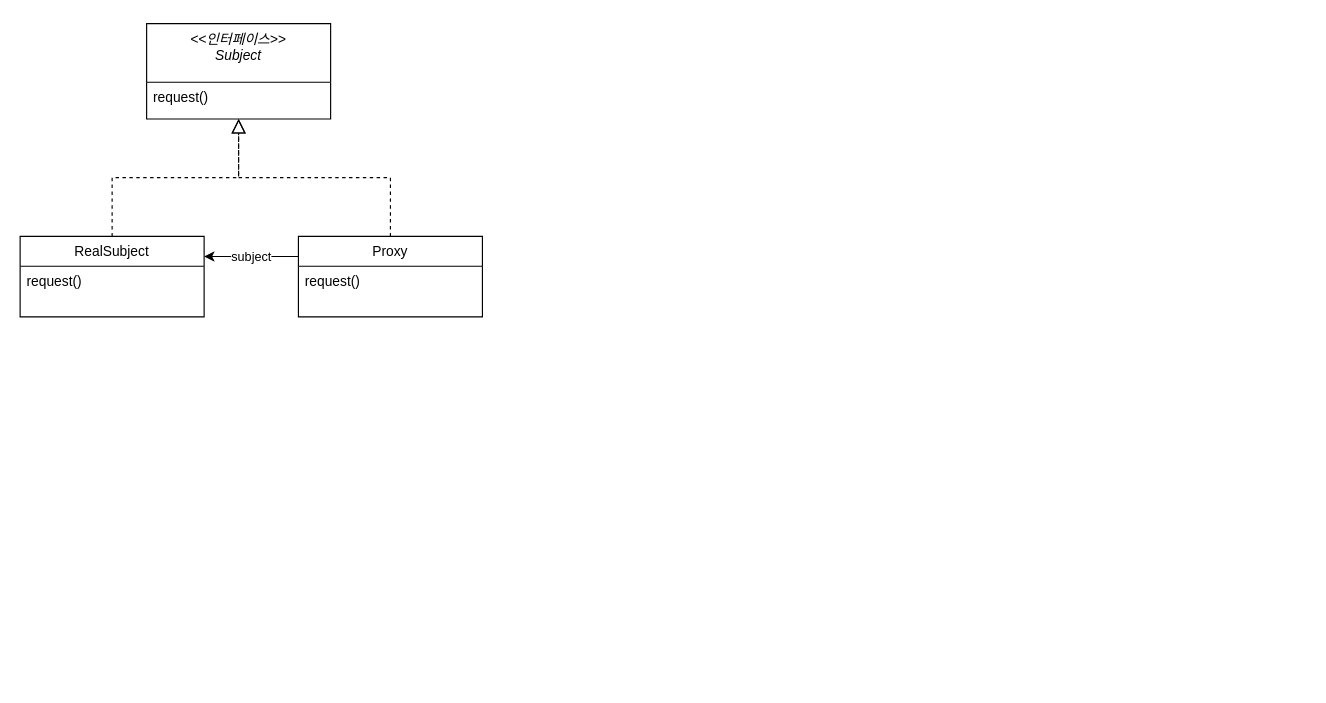
Before: proxy-pattern-diagram.drawio in je-pa/draw, a draw.io diagram. Source tidied: cells renumbered, new cells numbered last; positions are measured from the earlier drawing's top-left corner, leaving out a move shared by most shapes. Both pictures are drawn from the tidied source at 115%, with x=0, y=0 at pixel (20, 23).
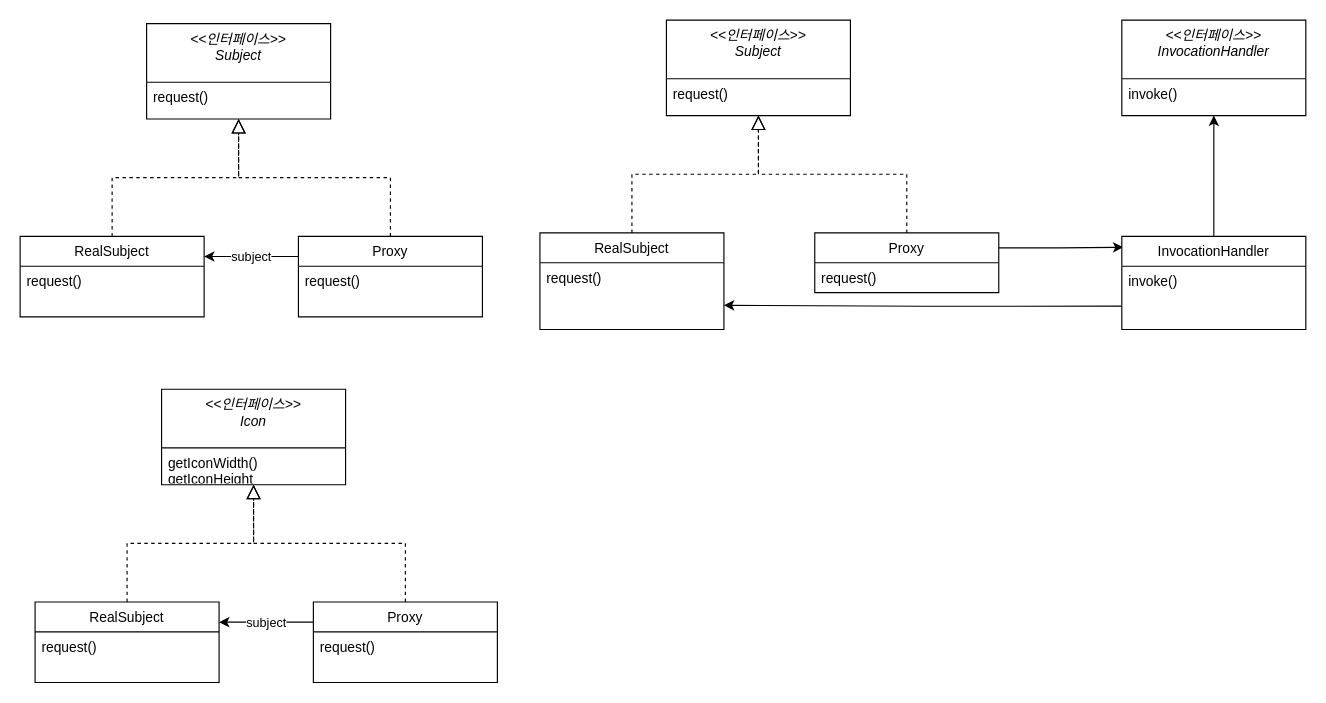
Above is the later version.

Diff of the diagram source:
```diff
@@
+    <mxCell id="11" value="&lt;&lt;인터페이스&gt;&gt;&#10;Icon" style="swimlane;fontStyle=2;align=center;verticalAlign=top;horizontal=1;startSize=51;rounded=0;shadow=0;strokeWidth=1;" parent="1" vertex="1">
+      <mxGeometry x="123" y="318" width="160" height="83" as="geometry" />
+    </mxCell>
+    <mxCell id="12" value="getIconWidth()&#10;getIconHeight" style="text;align=left;verticalAlign=top;spacingLeft=4;spacingRight=4;overflow=hidden;" parent="11" vertex="1">
+      <mxGeometry y="51" width="160" height="26" as="geometry" />
+    </mxCell>
+    <mxCell id="13" value="RealSubject" style="swimlane;fontStyle=0;align=center;verticalAlign=top;horizontal=1;startSize=26;rounded=0;shadow=0;strokeWidth=1;" parent="1" vertex="1">
+      <mxGeometry x="13" y="503" width="160" height="70" as="geometry" />
+    </mxCell>
+    <mxCell id="14" value="request()" style="text;align=left;verticalAlign=top;spacingLeft=4;spacingRight=4;overflow=hidden;" parent="13" vertex="1">
+      <mxGeometry y="26" width="160" height="26" as="geometry" />
+    </mxCell>
+    <mxCell id="15" style="endArrow=block;endSize=10;endFill=0;shadow=0;strokeWidth=1;rounded=0;edgeStyle=elbowEdgeStyle;elbow=vertical;dashed=1;" parent="1" edge="1" source="13" target="11">
+      <mxGeometry relative="1" as="geometry" />
+    </mxCell>
+    <mxCell id="16" value="subject" style="edgeStyle=orthogonalEdgeStyle;rounded=0;jettySize=auto;html=1;exitX=0;exitY=0.25;exitDx=0;exitDy=0;entryX=1;entryY=0.25;entryDx=0;entryDy=0;" parent="1" edge="1" source="17" target="13">
+      <mxGeometry relative="1" as="geometry" />
+    </mxCell>
+    <mxCell id="17" value="Proxy" style="swimlane;fontStyle=0;align=center;verticalAlign=top;horizontal=1;startSize=26;rounded=0;shadow=0;strokeWidth=1;" parent="1" vertex="1">
+      <mxGeometry x="255" y="503" width="160" height="70" as="geometry" />
+    </mxCell>
+    <mxCell id="18" value="request()" style="text;align=left;verticalAlign=top;spacingLeft=4;spacingRight=4;overflow=hidden;" parent="17" vertex="1">
+      <mxGeometry y="26" width="160" height="26" as="geometry" />
+    </mxCell>
+    <mxCell id="19" style="endArrow=block;endSize=10;endFill=0;shadow=0;strokeWidth=1;rounded=0;edgeStyle=elbowEdgeStyle;elbow=vertical;dashed=1;" parent="1" edge="1" source="17" target="11">
+      <mxGeometry relative="1" as="geometry" />
+    </mxCell>
+    <mxCell id="20" value="&lt;&lt;인터페이스&gt;&gt;&#10;Subject" style="swimlane;fontStyle=2;align=center;verticalAlign=top;horizontal=1;startSize=51;rounded=0;shadow=0;strokeWidth=1;" parent="1" vertex="1">
+      <mxGeometry x="562" y="-3" width="160" height="83" as="geometry" />
+    </mxCell>
+    <mxCell id="21" value="request()" style="text;align=left;verticalAlign=top;spacingLeft=4;spacingRight=4;overflow=hidden;" parent="20" vertex="1">
+      <mxGeometry y="51" width="160" height="26" as="geometry" />
+    </mxCell>
+    <mxCell id="22" value="RealSubject" style="swimlane;fontStyle=0;align=center;verticalAlign=top;horizontal=1;startSize=26;rounded=0;shadow=0;strokeWidth=1;" parent="1" vertex="1">
+      <mxGeometry x="452" y="182" width="160" height="84" as="geometry" />
+    </mxCell>
+    <mxCell id="23" value="request()" style="text;align=left;verticalAlign=top;spacingLeft=4;spacingRight=4;overflow=hidden;" parent="22" vertex="1">
+      <mxGeometry y="26" width="160" height="26" as="geometry" />
+    </mxCell>
+    <mxCell id="24" style="endArrow=block;endSize=10;endFill=0;shadow=0;strokeWidth=1;rounded=0;edgeStyle=elbowEdgeStyle;elbow=vertical;dashed=1;" parent="1" edge="1" source="22" target="20">
+      <mxGeometry relative="1" as="geometry" />
+    </mxCell>
+    <mxCell id="25" style="edgeStyle=orthogonalEdgeStyle;rounded=0;jettySize=auto;html=1;exitX=1;exitY=0.25;exitDx=0;exitDy=0;entryX=0.008;entryY=0.118;entryDx=0;entryDy=0;entryPerimeter=0;" parent="1" edge="1" source="26" target="33">
+      <mxGeometry relative="1" as="geometry" />
+    </mxCell>
+    <mxCell id="26" value="Proxy" style="swimlane;fontStyle=0;align=center;verticalAlign=top;horizontal=1;startSize=26;rounded=0;shadow=0;strokeWidth=1;" parent="1" vertex="1">
+      <mxGeometry x="691" y="182" width="160" height="52" as="geometry" />
+    </mxCell>
+    <mxCell id="27" value="request()" style="text;align=left;verticalAlign=top;spacingLeft=4;spacingRight=4;overflow=hidden;" parent="26" vertex="1">
+      <mxGeometry y="26" width="160" height="26" as="geometry" />
+    </mxCell>
+    <mxCell id="28" style="endArrow=block;endSize=10;endFill=0;shadow=0;strokeWidth=1;rounded=0;edgeStyle=elbowEdgeStyle;elbow=vertical;dashed=1;" parent="1" edge="1" source="26" target="20">
+      <mxGeometry relative="1" as="geometry" />
+    </mxCell>
+    <mxCell id="29" value="&lt;&lt;인터페이스&gt;&gt;&#10;InvocationHandler" style="swimlane;fontStyle=2;align=center;verticalAlign=top;horizontal=1;startSize=51;rounded=0;shadow=0;strokeWidth=1;" parent="1" vertex="1">
+      <mxGeometry x="958" y="-3" width="160" height="83" as="geometry" />
+    </mxCell>
+    <mxCell id="30" value="invoke()" style="text;align=left;verticalAlign=top;spacingLeft=4;spacingRight=4;overflow=hidden;" parent="29" vertex="1">
+      <mxGeometry y="51" width="160" height="26" as="geometry" />
+    </mxCell>
+    <mxCell id="31" style="edgeStyle=orthogonalEdgeStyle;rounded=0;jettySize=auto;html=1;exitX=0;exitY=0.75;exitDx=0;exitDy=0;entryX=1;entryY=0.75;entryDx=0;entryDy=0;" parent="1" edge="1" source="33" target="22">
+      <mxGeometry relative="1" as="geometry" />
+    </mxCell>
+    <mxCell id="32" style="edgeStyle=orthogonalEdgeStyle;rounded=0;jettySize=auto;html=1;exitX=0.5;exitY=0;exitDx=0;exitDy=0;entryX=0.5;entryY=1;entryDx=0;entryDy=0;" parent="1" edge="1" source="33" target="29">
+      <mxGeometry relative="1" as="geometry" />
+    </mxCell>
+    <mxCell id="33" value="InvocationHandler" style="swimlane;fontStyle=0;align=center;verticalAlign=top;horizontal=1;startSize=26;rounded=0;shadow=0;strokeWidth=1;" parent="1" vertex="1">
+      <mxGeometry x="958" y="185" width="160" height="81" as="geometry" />
+    </mxCell>
+    <mxCell id="34" value="invoke()" style="text;align=left;verticalAlign=top;spacingLeft=4;spacingRight=4;overflow=hidden;" parent="33" vertex="1">
+      <mxGeometry y="26" width="160" height="26" as="geometry" />
+    </mxCell>
```
